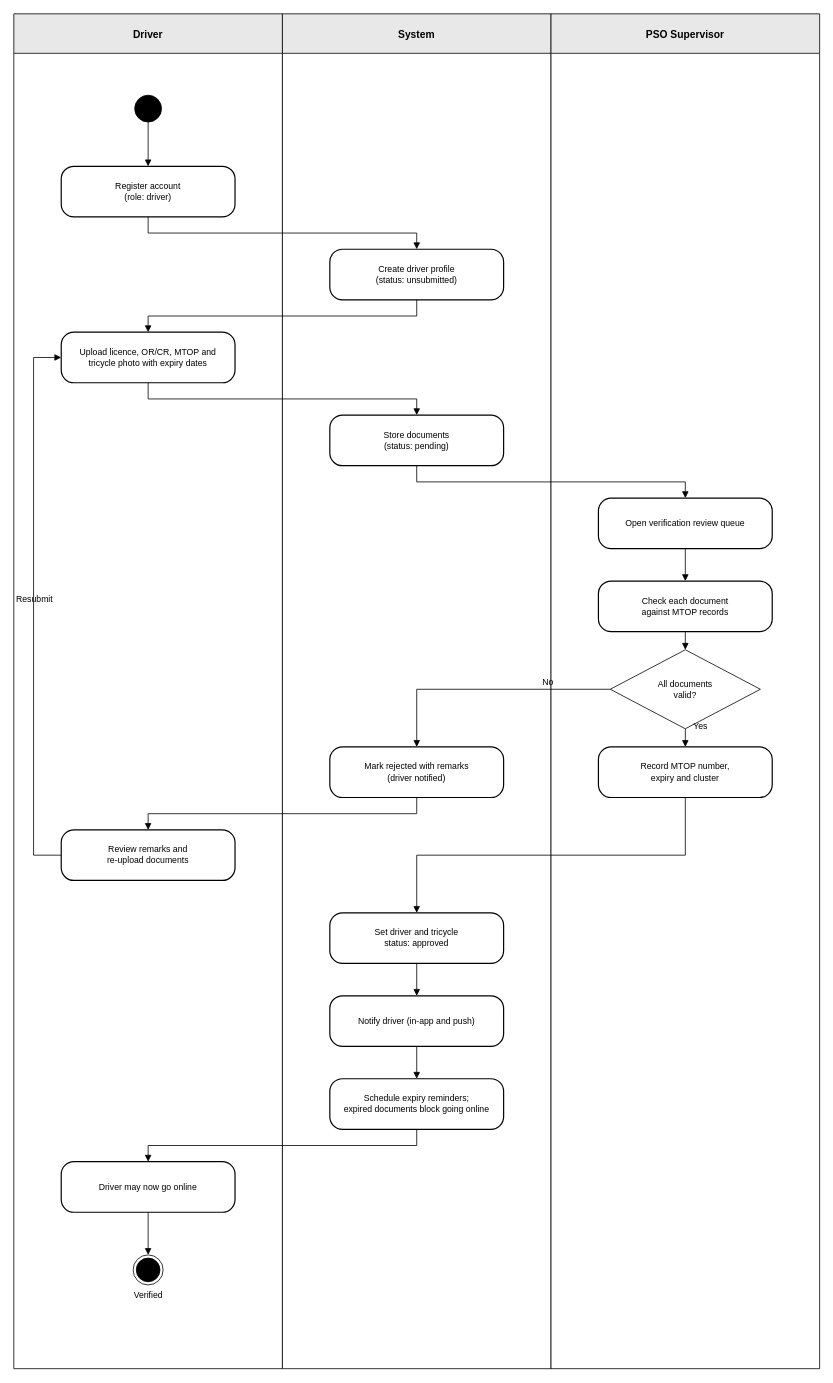
jhalasan/TriSakay keeps this draw.io diagram as docs/activity_driver_verification.drawio. Above is the earlier version. Source tidied: cells renumbered, new cells numbered last; positions are measured from the earlier drawing's top-left corner, leaving out a move shared by most shapes. Both pictures are drawn from the tidied source at 79%, with x=0, y=0 at pixel (13, 13).
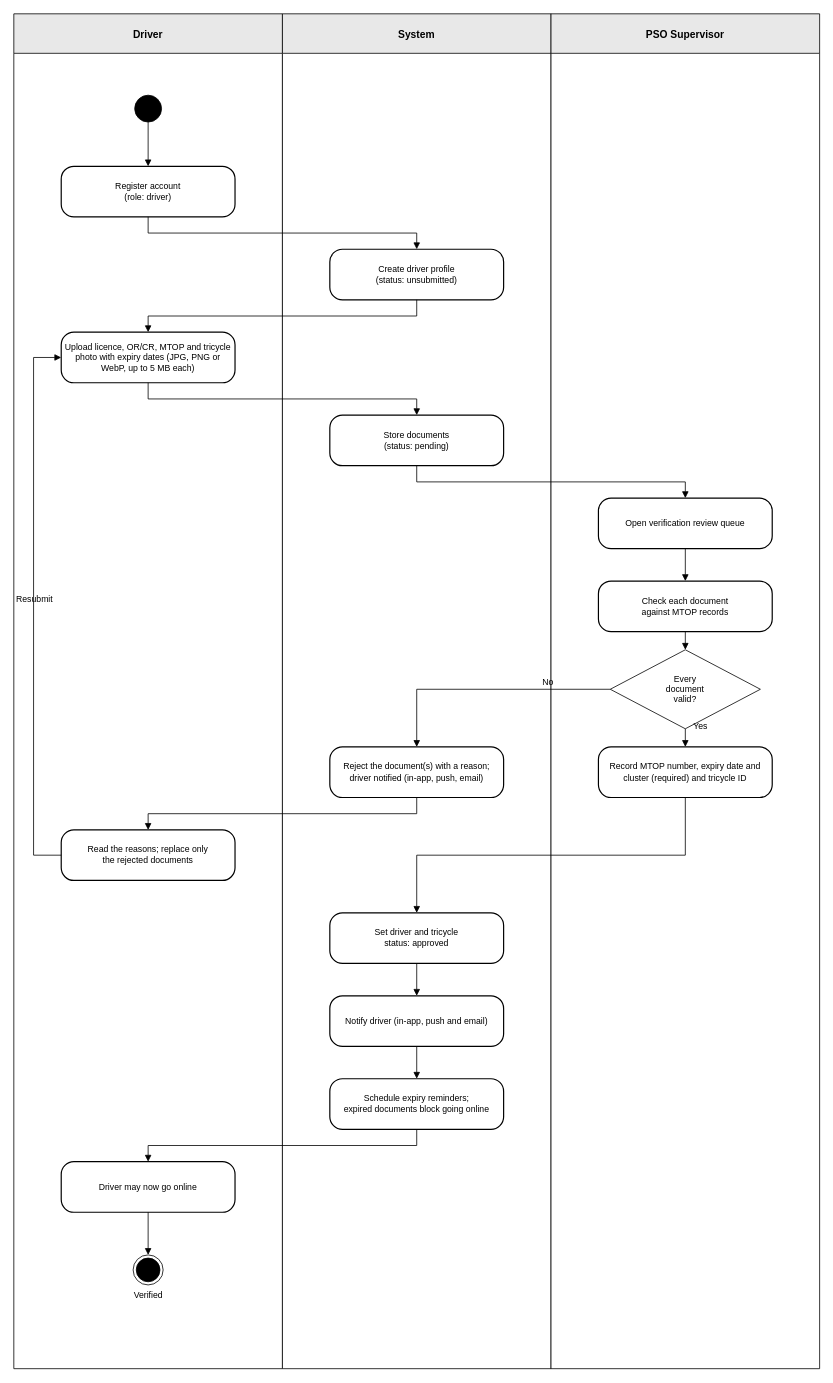
Above is the later version.

Commit message (it also covers changes not shown here):
Docs: refresh the use case, context, DFD, ERD and activity diagrams for printing, audit logs, Google Maps and the newer rules

The edit, as a diff of the source:
```diff
@@
-    <mxCell id="8" value="Upload licence, OR/CR, MTOP and&#10;tricycle photo with expiry dates" style="rounded=1;whiteSpace=wrap;html=1;arcSize=25;fillColor=#ffffff;strokeColor=#000000;strokeWidth=1.5;fontSize=11;" parent="1" vertex="1">
+    <mxCell id="8" value="Upload licence, OR/CR, MTOP and tricycle&#10;photo with expiry dates (JPG, PNG or&#10;WebP, up to 5 MB each)" style="rounded=1;whiteSpace=wrap;html=1;arcSize=25;fillColor=#ffffff;strokeColor=#000000;strokeWidth=1.5;fontSize=11;" parent="1" vertex="1">
       <mxGeometry x="60" y="403" width="220" height="64" as="geometry" />
     </mxCell>
@@
-    <mxCell id="12" value="All documents&#10;valid?" style="rhombus;whiteSpace=wrap;html=1;fillColor=#ffffff;strokeColor=#000000;fontSize=11;" parent="1" vertex="1">
+    <mxCell id="12" value="Every&#10;document&#10;valid?" style="rhombus;whiteSpace=wrap;html=1;fillColor=#ffffff;strokeColor=#000000;fontSize=11;" parent="1" vertex="1">
       <mxGeometry x="755" y="805" width="190" height="100" as="geometry" />
     </mxCell>
-    <mxCell id="13" value="Mark rejected with remarks&#10;(driver notified)" style="rounded=1;whiteSpace=wrap;html=1;arcSize=25;fillColor=#ffffff;strokeColor=#000000;strokeWidth=1.5;fontSize=11;" parent="1" vertex="1">
+    <mxCell id="13" value="Reject the document(s) with a reason;&#10;driver notified (in-app, push, email)" style="rounded=1;whiteSpace=wrap;html=1;arcSize=25;fillColor=#ffffff;strokeColor=#000000;strokeWidth=1.5;fontSize=11;" parent="1" vertex="1">
       <mxGeometry x="400" y="928" width="220" height="64" as="geometry" />
     </mxCell>
-    <mxCell id="14" value="Review remarks and&#10;re-upload documents" style="rounded=1;whiteSpace=wrap;html=1;arcSize=25;fillColor=#ffffff;strokeColor=#000000;strokeWidth=1.5;fontSize=11;" parent="1" vertex="1">
+    <mxCell id="14" value="Read the reasons; replace only&#10;the rejected documents" style="rounded=1;whiteSpace=wrap;html=1;arcSize=25;fillColor=#ffffff;strokeColor=#000000;strokeWidth=1.5;fontSize=11;" parent="1" vertex="1">
       <mxGeometry x="60" y="1033" width="220" height="64" as="geometry" />
     </mxCell>
-    <mxCell id="15" value="Record MTOP number,&#10;expiry and cluster" style="rounded=1;whiteSpace=wrap;html=1;arcSize=25;fillColor=#ffffff;strokeColor=#000000;strokeWidth=1.5;fontSize=11;" parent="1" vertex="1">
+    <mxCell id="15" value="Record MTOP number, expiry date and&#10;cluster (required) and tricycle ID" style="rounded=1;whiteSpace=wrap;html=1;arcSize=25;fillColor=#ffffff;strokeColor=#000000;strokeWidth=1.5;fontSize=11;" parent="1" vertex="1">
       <mxGeometry x="740" y="928" width="220" height="64" as="geometry" />
     </mxCell>
@@
-    <mxCell id="17" value="Notify driver (in-app and push)" style="rounded=1;whiteSpace=wrap;html=1;arcSize=25;fillColor=#ffffff;strokeColor=#000000;strokeWidth=1.5;fontSize=11;" parent="1" vertex="1">
+    <mxCell id="17" value="Notify driver (in-app, push and email)" style="rounded=1;whiteSpace=wrap;html=1;arcSize=25;fillColor=#ffffff;strokeColor=#000000;strokeWidth=1.5;fontSize=11;" parent="1" vertex="1">
       <mxGeometry x="400" y="1243" width="220" height="64" as="geometry" />
     </mxCell>
```
